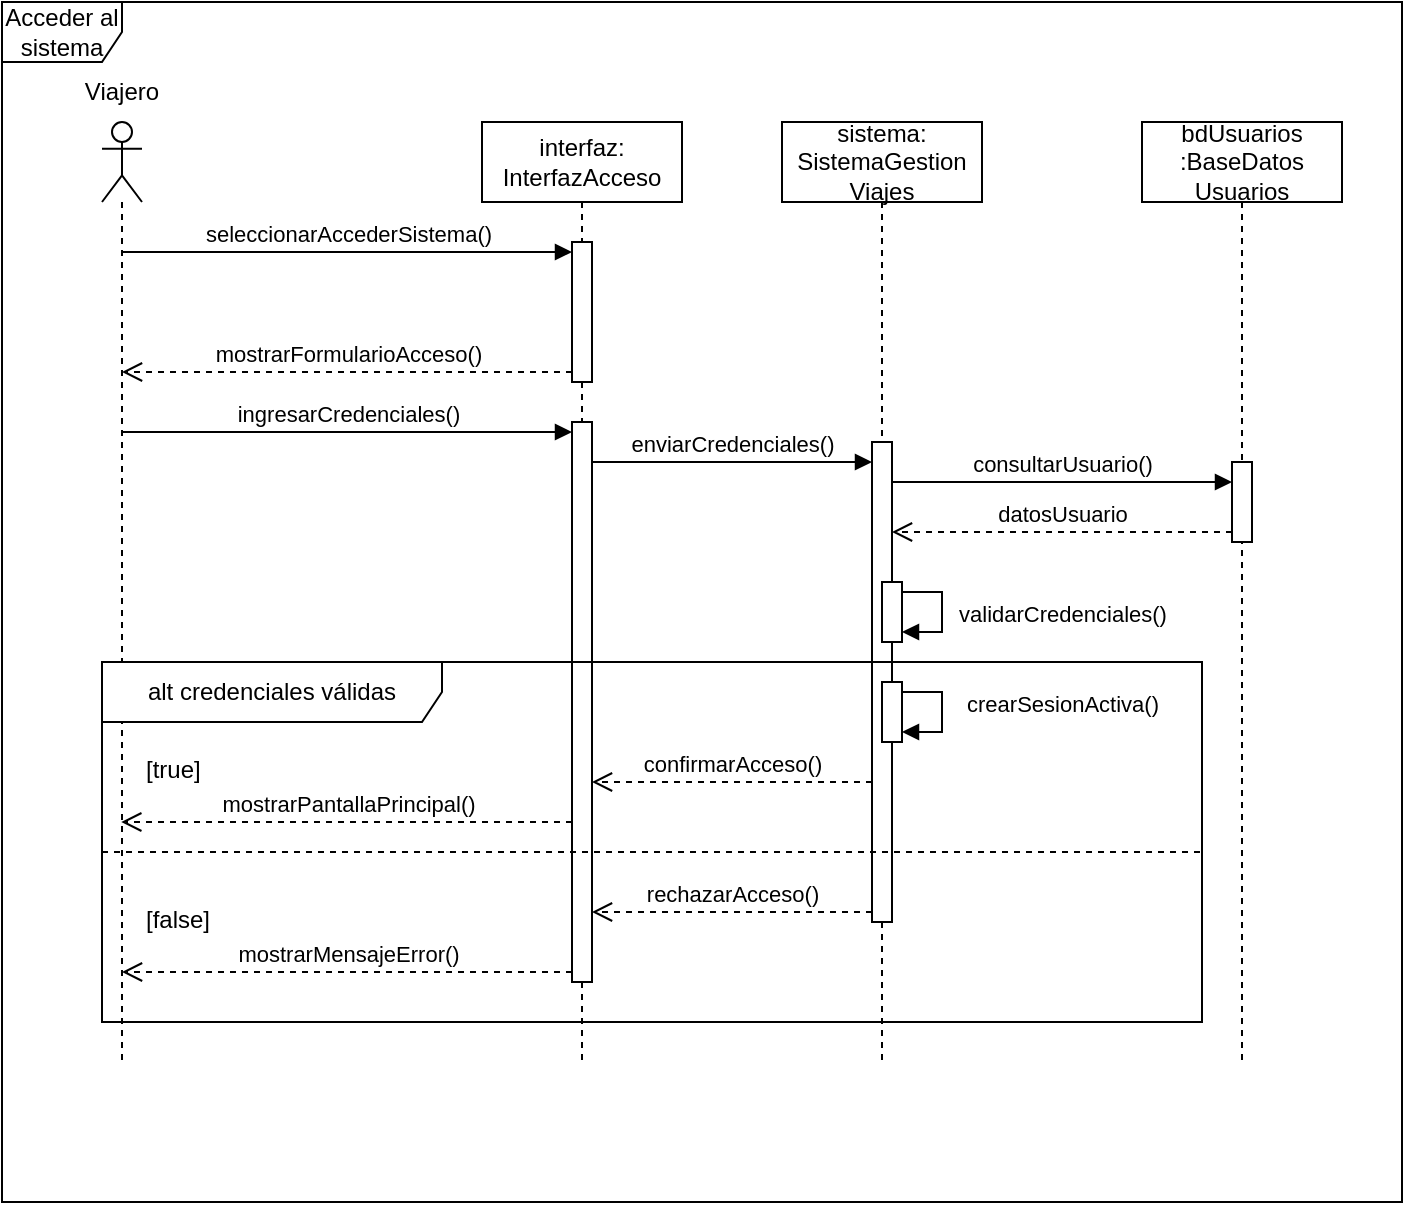
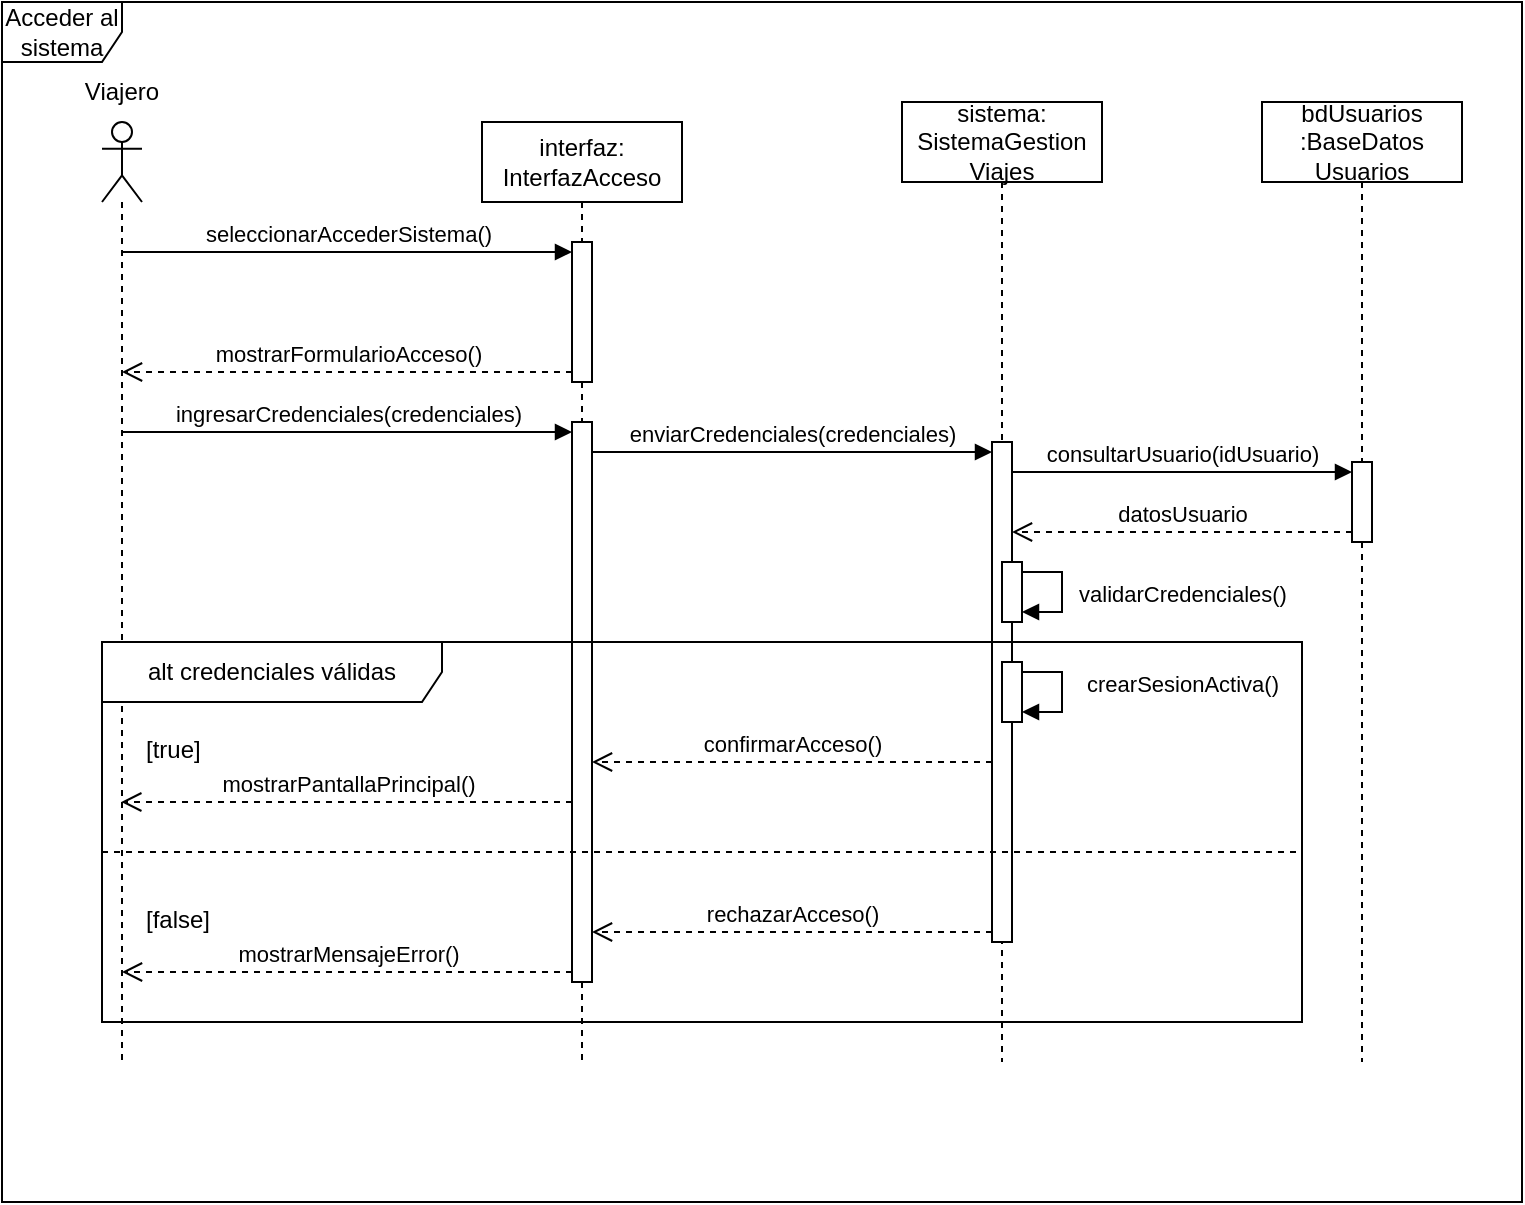
<mxfile host="app.diagrams.net">
  <diagram name="Page-1" id="XoSe4Bvsa1zk3Fma54D0">
-     <mxGraphModel dx="1068" dy="748" grid="1" gridSize="10" guides="1" tooltips="1" connect="1" arrows="1" fold="1" page="1" pageScale="1" pageWidth="850" pageHeight="1100" math="0" shadow="0">
+     <mxGraphModel dx="897" dy="599" grid="1" gridSize="10" guides="1" tooltips="1" connect="1" arrows="1" fold="1" page="1" pageScale="1" pageWidth="850" pageHeight="1100" math="0" shadow="0">
      <root>
        <mxCell id="0" />
        <mxCell id="1" parent="0" />
        <mxCell id="zznDNYEqhcvfvObnSjIi-2" parent="1" style="shape=umlFrame;whiteSpace=wrap;html=1;pointerEvents=0;" value="Acceder al sistema" vertex="1">
-           <mxGeometry height="600" width="700" x="210" y="150" as="geometry" />
+           <mxGeometry height="600" width="760" x="210" y="150" as="geometry" />
        </mxCell>
        <mxCell id="zznDNYEqhcvfvObnSjIi-3" parent="1" style="shape=umlLifeline;perimeter=lifelinePerimeter;whiteSpace=wrap;html=1;container=1;dropTarget=0;collapsible=0;recursiveResize=0;outlineConnect=0;portConstraint=eastwest;newEdgeStyle={&quot;curved&quot;:0,&quot;rounded&quot;:0};participant=umlActor;" value="" vertex="1">
          <mxGeometry height="470" width="20" x="260" y="210" as="geometry" />
        </mxCell>
        <mxCell id="zznDNYEqhcvfvObnSjIi-5" parent="1" style="shape=umlLifeline;perimeter=lifelinePerimeter;whiteSpace=wrap;html=1;container=1;dropTarget=0;collapsible=0;recursiveResize=0;outlineConnect=0;portConstraint=eastwest;newEdgeStyle={&quot;curved&quot;:0,&quot;rounded&quot;:0};" value="&lt;div&gt;interfaz:&lt;/div&gt;&lt;div&gt;InterfazAcceso&lt;/div&gt;" vertex="1">
          <mxGeometry height="470" width="100" x="450" y="210" as="geometry" />
        </mxCell>
        <mxCell id="zznDNYEqhcvfvObnSjIi-15" parent="zznDNYEqhcvfvObnSjIi-5" style="html=1;points=[[0,0,0,0,5],[0,1,0,0,-5],[1,0,0,0,5],[1,1,0,0,-5]];perimeter=orthogonalPerimeter;outlineConnect=0;targetShapes=umlLifeline;portConstraint=eastwest;newEdgeStyle={&quot;curved&quot;:0,&quot;rounded&quot;:0};" value="" vertex="1">
          <mxGeometry height="70" width="10" x="45" y="60" as="geometry" />
        </mxCell>
        <mxCell id="zznDNYEqhcvfvObnSjIi-23" parent="zznDNYEqhcvfvObnSjIi-5" style="html=1;points=[[0,0,0,0,5],[0,1,0,0,-5],[1,0,0,0,5],[1,1,0,0,-5]];perimeter=orthogonalPerimeter;outlineConnect=0;targetShapes=umlLifeline;portConstraint=eastwest;newEdgeStyle={&quot;curved&quot;:0,&quot;rounded&quot;:0};" value="" vertex="1">
          <mxGeometry height="280" width="10" x="45" y="150" as="geometry" />
        </mxCell>
        <mxCell id="zznDNYEqhcvfvObnSjIi-6" parent="1" style="shape=umlLifeline;perimeter=lifelinePerimeter;whiteSpace=wrap;html=1;container=1;dropTarget=0;collapsible=0;recursiveResize=0;outlineConnect=0;portConstraint=eastwest;newEdgeStyle={&quot;curved&quot;:0,&quot;rounded&quot;:0};" value="&lt;div&gt;sistema:&lt;/div&gt;&lt;div&gt;SistemaGestion&lt;/div&gt;&lt;div&gt;Viajes&lt;/div&gt;" vertex="1">
-           <mxGeometry height="470" width="100" x="600" y="210" as="geometry" />
+           <mxGeometry height="480" width="100" x="660" y="200" as="geometry" />
        </mxCell>
        <mxCell id="zznDNYEqhcvfvObnSjIi-26" parent="zznDNYEqhcvfvObnSjIi-6" style="html=1;points=[[0,0,0,0,5],[0,1,0,0,-5],[1,0,0,0,5],[1,1,0,0,-5]];perimeter=orthogonalPerimeter;outlineConnect=0;targetShapes=umlLifeline;portConstraint=eastwest;newEdgeStyle={&quot;curved&quot;:0,&quot;rounded&quot;:0};" value="" vertex="1">
-           <mxGeometry height="240" width="10" x="45" y="160" as="geometry" />
+           <mxGeometry height="250" width="10" x="45" y="170" as="geometry" />
        </mxCell>
        <mxCell id="45dRcC3L5t74qwIQxNL3-1" parent="zznDNYEqhcvfvObnSjIi-6" style="html=1;points=[[0,0,0,0,5],[0,1,0,0,-5],[1,0,0,0,5],[1,1,0,0,-5]];perimeter=orthogonalPerimeter;outlineConnect=0;targetShapes=umlLifeline;portConstraint=eastwest;newEdgeStyle={&quot;curved&quot;:0,&quot;rounded&quot;:0};" value="" vertex="1">
          <mxGeometry height="30" width="10" x="50" y="230" as="geometry" />
        </mxCell>
        <mxCell id="45dRcC3L5t74qwIQxNL3-2" edge="1" parent="zznDNYEqhcvfvObnSjIi-6" source="45dRcC3L5t74qwIQxNL3-1" style="html=1;verticalAlign=bottom;endArrow=block;curved=0;rounded=0;exitX=1;exitY=0;exitDx=0;exitDy=5;exitPerimeter=0;" target="45dRcC3L5t74qwIQxNL3-1" value="validarCredenciales()">
          <mxGeometry relative="1" width="80" x="0.3333" y="-60" as="geometry">
            <mxPoint x="60" y="60" as="offset" />
            <mxPoint x="70" y="250" as="sourcePoint" />
            <mxPoint x="150" y="250" as="targetPoint" />
          </mxGeometry>
        </mxCell>
        <mxCell id="45dRcC3L5t74qwIQxNL3-3" parent="zznDNYEqhcvfvObnSjIi-6" style="html=1;points=[[0,0,0,0,5],[0,1,0,0,-5],[1,0,0,0,5],[1,1,0,0,-5]];perimeter=orthogonalPerimeter;outlineConnect=0;targetShapes=umlLifeline;portConstraint=eastwest;newEdgeStyle={&quot;curved&quot;:0,&quot;rounded&quot;:0};" value="" vertex="1">
          <mxGeometry height="30" width="10" x="50" y="280" as="geometry" />
        </mxCell>
        <mxCell id="45dRcC3L5t74qwIQxNL3-4" edge="1" parent="zznDNYEqhcvfvObnSjIi-6" source="45dRcC3L5t74qwIQxNL3-3" style="html=1;verticalAlign=bottom;endArrow=block;curved=0;rounded=0;entryX=1;entryY=1;entryDx=0;entryDy=-5;entryPerimeter=0;" target="45dRcC3L5t74qwIQxNL3-3" value="crearSesionActiva()">
          <mxGeometry relative="1" width="80" x="0.1667" y="60" as="geometry">
            <mxPoint as="offset" />
            <mxPoint x="30" y="300" as="sourcePoint" />
            <mxPoint x="110" y="300" as="targetPoint" />
          </mxGeometry>
        </mxCell>
        <mxCell id="zznDNYEqhcvfvObnSjIi-7" parent="1" style="shape=umlLifeline;perimeter=lifelinePerimeter;whiteSpace=wrap;html=1;container=1;dropTarget=0;collapsible=0;recursiveResize=0;outlineConnect=0;portConstraint=eastwest;newEdgeStyle={&quot;curved&quot;:0,&quot;rounded&quot;:0};" value="bdUsuarios&lt;div&gt;:BaseDatos&lt;/div&gt;&lt;div&gt;Usuarios&lt;/div&gt;" vertex="1">
-           <mxGeometry height="470" width="100" x="780" y="210" as="geometry" />
+           <mxGeometry height="480" width="100" x="840" y="200" as="geometry" />
        </mxCell>
        <mxCell id="zznDNYEqhcvfvObnSjIi-28" parent="zznDNYEqhcvfvObnSjIi-7" style="html=1;points=[[0,0,0,0,5],[0,1,0,0,-5],[1,0,0,0,5],[1,1,0,0,-5]];perimeter=orthogonalPerimeter;outlineConnect=0;targetShapes=umlLifeline;portConstraint=eastwest;newEdgeStyle={&quot;curved&quot;:0,&quot;rounded&quot;:0};" value="" vertex="1">
-           <mxGeometry height="40" width="10" x="45" y="170" as="geometry" />
+           <mxGeometry height="40" width="10" x="45" y="180" as="geometry" />
        </mxCell>
        <mxCell id="zznDNYEqhcvfvObnSjIi-20" edge="1" parent="1" source="zznDNYEqhcvfvObnSjIi-3" style="html=1;verticalAlign=bottom;endArrow=block;curved=0;rounded=0;entryX=0;entryY=0;entryDx=0;entryDy=5;entryPerimeter=0;" target="zznDNYEqhcvfvObnSjIi-15" value="seleccionarAccederSistema()">
          <mxGeometry relative="1" width="80" as="geometry">
            <mxPoint x="274.9999999999999" y="275" as="sourcePoint" />
            <mxPoint x="410" y="360" as="targetPoint" />
          </mxGeometry>
        </mxCell>
        <mxCell id="zznDNYEqhcvfvObnSjIi-22" edge="1" parent="1" source="zznDNYEqhcvfvObnSjIi-15" style="html=1;verticalAlign=bottom;endArrow=open;dashed=1;endSize=8;curved=0;rounded=0;exitX=0;exitY=1;exitDx=0;exitDy=-5;exitPerimeter=0;" target="zznDNYEqhcvfvObnSjIi-3" value="mostrarFormularioAcceso()">
          <mxGeometry relative="1" as="geometry">
            <mxPoint x="520" y="340" as="sourcePoint" />
            <mxPoint x="274.9999999999999" y="335" as="targetPoint" />
          </mxGeometry>
        </mxCell>
-         <mxCell id="zznDNYEqhcvfvObnSjIi-24" edge="1" parent="1" source="zznDNYEqhcvfvObnSjIi-3" style="html=1;verticalAlign=bottom;endArrow=block;curved=0;rounded=0;entryX=0;entryY=0;entryDx=0;entryDy=5;entryPerimeter=0;" target="zznDNYEqhcvfvObnSjIi-23" value="ingresarCredenciales()">
+         <mxCell id="zznDNYEqhcvfvObnSjIi-24" edge="1" parent="1" source="zznDNYEqhcvfvObnSjIi-3" style="html=1;verticalAlign=bottom;endArrow=block;curved=0;rounded=0;entryX=0;entryY=0;entryDx=0;entryDy=5;entryPerimeter=0;" target="zznDNYEqhcvfvObnSjIi-23" value="ingresarCredenciales(credenciales)">
          <mxGeometry relative="1" width="80" as="geometry">
            <mxPoint x="274.9999999999999" y="365" as="sourcePoint" />
            <mxPoint x="490" y="360" as="targetPoint" />
          </mxGeometry>
        </mxCell>
-         <mxCell id="zznDNYEqhcvfvObnSjIi-25" edge="1" parent="1" source="zznDNYEqhcvfvObnSjIi-23" style="html=1;verticalAlign=bottom;endArrow=block;curved=0;rounded=0;" value="enviarCredenciales()">
+         <mxCell id="zznDNYEqhcvfvObnSjIi-25" edge="1" parent="1" source="zznDNYEqhcvfvObnSjIi-23" style="html=1;verticalAlign=bottom;endArrow=block;curved=0;rounded=0;entryX=0;entryY=0;entryDx=0;entryDy=5;entryPerimeter=0;" target="zznDNYEqhcvfvObnSjIi-26" value="enviarCredenciales(credenciales)">
          <mxGeometry relative="1" width="80" as="geometry">
-             <mxPoint x="505" y="380" as="sourcePoint" />
-             <mxPoint x="645" y="380" as="targetPoint" />
+             <mxPoint x="490" y="434.63" as="sourcePoint" />
+             <mxPoint x="690" y="434.63" as="targetPoint" />
          </mxGeometry>
        </mxCell>
-         <mxCell id="zznDNYEqhcvfvObnSjIi-27" edge="1" parent="1" style="html=1;verticalAlign=bottom;endArrow=block;curved=0;rounded=0;" target="zznDNYEqhcvfvObnSjIi-28" value="consultarUsuario()">
+         <mxCell id="zznDNYEqhcvfvObnSjIi-27" edge="1" parent="1" source="zznDNYEqhcvfvObnSjIi-26" style="html=1;verticalAlign=bottom;endArrow=block;curved=0;rounded=0;entryX=0;entryY=0;entryDx=0;entryDy=5;entryPerimeter=0;" target="zznDNYEqhcvfvObnSjIi-28" value="consultarUsuario(idUsuario)">
          <mxGeometry relative="1" width="80" as="geometry">
            <mxPoint x="655" y="390" as="sourcePoint" />
            <mxPoint x="765" y="390" as="targetPoint" />
          </mxGeometry>
        </mxCell>
        <mxCell id="zznDNYEqhcvfvObnSjIi-29" edge="1" parent="1" source="zznDNYEqhcvfvObnSjIi-28" style="html=1;verticalAlign=bottom;endArrow=open;dashed=1;endSize=8;curved=0;rounded=0;exitX=0;exitY=1;exitDx=0;exitDy=-5;exitPerimeter=0;" target="zznDNYEqhcvfvObnSjIi-26" value="&lt;span&gt;datosUsuario&lt;/span&gt;">
          <mxGeometry relative="1" as="geometry">
            <mxPoint x="620" y="370" as="sourcePoint" />
            <mxPoint x="540" y="370" as="targetPoint" />
          </mxGeometry>
        </mxCell>
        <mxCell id="45dRcC3L5t74qwIQxNL3-7" parent="1" style="text;html=1;whiteSpace=wrap;strokeColor=none;fillColor=none;align=center;verticalAlign=middle;rounded=0;" value="Viajero" vertex="1">
          <mxGeometry height="30" width="60" x="240" y="180" as="geometry" />
        </mxCell>
        <mxCell id="TmUIBBwxW0E9iePTjsqF-2" parent="1" style="shape=umlFrame;whiteSpace=wrap;html=1;pointerEvents=0;recursiveResize=0;container=1;collapsible=0;width=170;" value="alt credenciales válidas" vertex="1">
-           <mxGeometry height="180" width="550" x="260" y="480" as="geometry" />
+           <mxGeometry height="190" width="600" x="260" y="470" as="geometry" />
        </mxCell>
        <mxCell id="TmUIBBwxW0E9iePTjsqF-3" parent="TmUIBBwxW0E9iePTjsqF-2" style="text;html=1;" value="[true]" vertex="1">
          <mxGeometry height="20" relative="1" width="100" as="geometry">
            <mxPoint x="20" y="40" as="offset" />
          </mxGeometry>
        </mxCell>
        <mxCell id="TmUIBBwxW0E9iePTjsqF-4" parent="TmUIBBwxW0E9iePTjsqF-2" style="line;strokeWidth=1;dashed=1;labelPosition=center;verticalLabelPosition=bottom;align=left;verticalAlign=top;spacingLeft=20;spacingTop=15;html=1;whiteSpace=wrap;" value="[false]" vertex="1">
-           <mxGeometry height="10" width="550" y="90" as="geometry" />
+           <mxGeometry height="10" width="600" y="100" as="geometry" />
        </mxCell>
        <mxCell id="45dRcC3L5t74qwIQxNL3-6" edge="1" parent="TmUIBBwxW0E9iePTjsqF-2" style="html=1;verticalAlign=bottom;endArrow=open;dashed=1;endSize=8;curved=0;rounded=0;exitX=0;exitY=1;exitDx=0;exitDy=-5;exitPerimeter=0;" value="mostrarPantallaPrincipal()">
          <mxGeometry relative="1" as="geometry">
            <mxPoint x="235" y="79.99999999999989" as="sourcePoint" />
            <mxPoint x="9.630434782608745" y="79.99999999999989" as="targetPoint" />
          </mxGeometry>
        </mxCell>
-         <mxCell id="45dRcC3L5t74qwIQxNL3-5" edge="1" parent="TmUIBBwxW0E9iePTjsqF-2" style="html=1;verticalAlign=bottom;endArrow=open;dashed=1;endSize=8;curved=0;rounded=0;" value="confirmarAcceso()">
+         <mxCell id="45dRcC3L5t74qwIQxNL3-5" edge="1" parent="TmUIBBwxW0E9iePTjsqF-2" source="zznDNYEqhcvfvObnSjIi-26" style="html=1;verticalAlign=bottom;endArrow=open;dashed=1;endSize=8;curved=0;rounded=0;" value="confirmarAcceso()">
          <mxGeometry relative="1" as="geometry">
            <Array as="points">
              <mxPoint x="370" y="60" />
            </Array>
            <mxPoint x="385" y="59.999999999999886" as="sourcePoint" />
            <mxPoint x="245" y="59.999999999999886" as="targetPoint" />
          </mxGeometry>
        </mxCell>
        <mxCell id="TmUIBBwxW0E9iePTjsqF-6" edge="1" parent="1" source="zznDNYEqhcvfvObnSjIi-26" style="html=1;verticalAlign=bottom;endArrow=open;dashed=1;endSize=8;curved=0;rounded=0;exitX=0;exitY=1;exitDx=0;exitDy=-5;exitPerimeter=0;" target="zznDNYEqhcvfvObnSjIi-23" value="rechazarAcceso()">
          <mxGeometry relative="1" as="geometry">
            <mxPoint x="560" y="540" as="sourcePoint" />
            <mxPoint x="480" y="540" as="targetPoint" />
          </mxGeometry>
        </mxCell>
        <mxCell id="TmUIBBwxW0E9iePTjsqF-7" edge="1" parent="1" source="zznDNYEqhcvfvObnSjIi-23" style="html=1;verticalAlign=bottom;endArrow=open;dashed=1;endSize=8;curved=0;rounded=0;exitX=0;exitY=1;exitDx=0;exitDy=-5;exitPerimeter=0;" target="zznDNYEqhcvfvObnSjIi-3" value="mostrarMensajeError()">
          <mxGeometry relative="1" as="geometry">
            <mxPoint x="500" y="590" as="sourcePoint" />
            <mxPoint x="420" y="590" as="targetPoint" />
          </mxGeometry>
        </mxCell>
      </root>
    </mxGraphModel>
  </diagram>
</mxfile>
